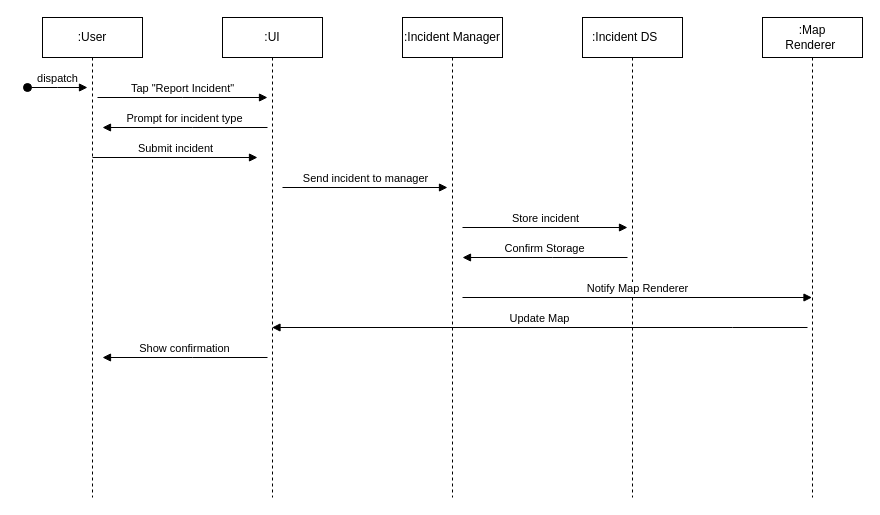
Above: Diagrams/Sequence Diagrams/Félix/User-Reported Incidents.drawio in luislamy/msp (draw.io), before the change. Source tidied: cells renumbered, new cells numbered last; positions are measured from the earlier drawing's top-left corner, leaving out a move shared by most shapes. Both pictures are drawn from the tidied source at 100%, with x=0, y=0 at pixel (27, 17).
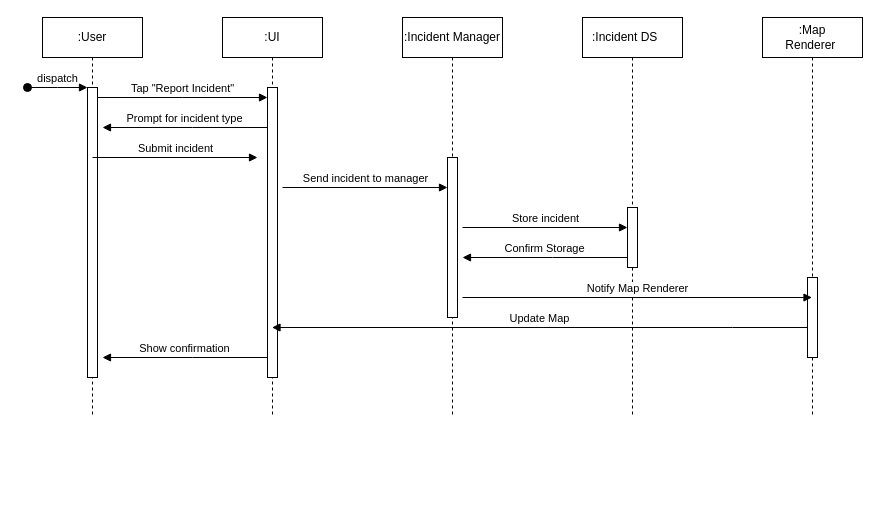
After the change.

The edit, as a diff of the source:
```diff
@@
     <mxCell id="2" value=":User" style="shape=umlLifeline;perimeter=lifelinePerimeter;whiteSpace=wrap;html=1;newEdgeStyle={&quot;edgeStyle&quot;:&quot;elbowEdgeStyle&quot;,&quot;elbow&quot;:&quot;vertical&quot;,&quot;curved&quot;:0,&quot;rounded&quot;:0};" parent="1" vertex="1">
-      <mxGeometry x="15" width="100" height="480" as="geometry" />
+      <mxGeometry x="15" width="100" height="400" as="geometry" />
     </mxCell>
@@
+    <mxCell id="17" style="html=1;perimeter=orthogonalPerimeter;targetShapes=umlLifeline;newEdgeStyle={&quot;curved&quot;:0,&quot;rounded&quot;:0};" parent="2" vertex="1">
+      <mxGeometry x="45" y="70" width="10" height="290" as="geometry" />
+    </mxCell>
     <mxCell id="4" value=":UI" style="shape=umlLifeline;perimeter=lifelinePerimeter;whiteSpace=wrap;html=1;outlineConnect=0;portConstraint=eastwest;newEdgeStyle={&quot;edgeStyle&quot;:&quot;elbowEdgeStyle&quot;,&quot;elbow&quot;:&quot;vertical&quot;,&quot;curved&quot;:0,&quot;rounded&quot;:0};" parent="1" vertex="1">
-      <mxGeometry x="195" width="100" height="480" as="geometry" />
+      <mxGeometry x="195" width="100" height="400" as="geometry" />
     </mxCell>
+    <mxCell id="18" style="html=1;perimeter=orthogonalPerimeter;targetShapes=umlLifeline;newEdgeStyle={&quot;curved&quot;:0,&quot;rounded&quot;:0};" parent="4" vertex="1">
+      <mxGeometry x="45" y="70" width="10" height="290" as="geometry" />
+    </mxCell>
@@
     <mxCell id="7" value=":Incident Manager" style="shape=umlLifeline;perimeter=lifelinePerimeter;whiteSpace=wrap;html=1;newEdgeStyle={&quot;edgeStyle&quot;:&quot;elbowEdgeStyle&quot;,&quot;elbow&quot;:&quot;vertical&quot;,&quot;curved&quot;:0,&quot;rounded&quot;:0};" parent="1" vertex="1">
-      <mxGeometry x="375" width="100" height="480" as="geometry" />
+      <mxGeometry x="375" width="100" height="400" as="geometry" />
     </mxCell>
+    <mxCell id="19" style="html=1;perimeter=orthogonalPerimeter;targetShapes=umlLifeline;newEdgeStyle={&quot;curved&quot;:0,&quot;rounded&quot;:0};" parent="7" vertex="1">
+      <mxGeometry x="45" y="140" width="10" height="160" as="geometry" />
+    </mxCell>
     <mxCell id="8" value=":Incident DS&lt;span style=&quot;white-space: pre;&quot;&gt;&#9;&lt;/span&gt;" style="shape=umlLifeline;perimeter=lifelinePerimeter;whiteSpace=wrap;html=1;newEdgeStyle={&quot;edgeStyle&quot;:&quot;elbowEdgeStyle&quot;,&quot;elbow&quot;:&quot;vertical&quot;,&quot;curved&quot;:0,&quot;rounded&quot;:0};" parent="1" vertex="1">
-      <mxGeometry x="555" width="100" height="480" as="geometry" />
+      <mxGeometry x="555" width="100" height="400" as="geometry" />
     </mxCell>
+    <mxCell id="20" style="html=1;perimeter=orthogonalPerimeter;targetShapes=umlLifeline;newEdgeStyle={&quot;curved&quot;:0,&quot;rounded&quot;:0};" parent="8" vertex="1">
+      <mxGeometry x="45" y="190" width="10" height="60" as="geometry" />
+    </mxCell>
     <mxCell id="9" value=":Map Renderer&lt;span style=&quot;white-space: pre;&quot;&gt;&#9;&lt;/span&gt;" style="shape=umlLifeline;perimeter=lifelinePerimeter;whiteSpace=wrap;html=1;outlineConnect=0;portConstraint=eastwest;newEdgeStyle={&quot;edgeStyle&quot;:&quot;elbowEdgeStyle&quot;,&quot;elbow&quot;:&quot;vertical&quot;,&quot;curved&quot;:0,&quot;rounded&quot;:0};" parent="1" vertex="1">
-      <mxGeometry x="735" width="100" height="480" as="geometry" />
+      <mxGeometry x="735" width="100" height="400" as="geometry" />
     </mxCell>
+    <mxCell id="21" style="html=1;perimeter=orthogonalPerimeter;targetShapes=umlLifeline;newEdgeStyle={&quot;curved&quot;:0,&quot;rounded&quot;:0};" parent="9" vertex="1">
+      <mxGeometry x="45" y="260" width="10" height="80" as="geometry" />
+    </mxCell>
```
